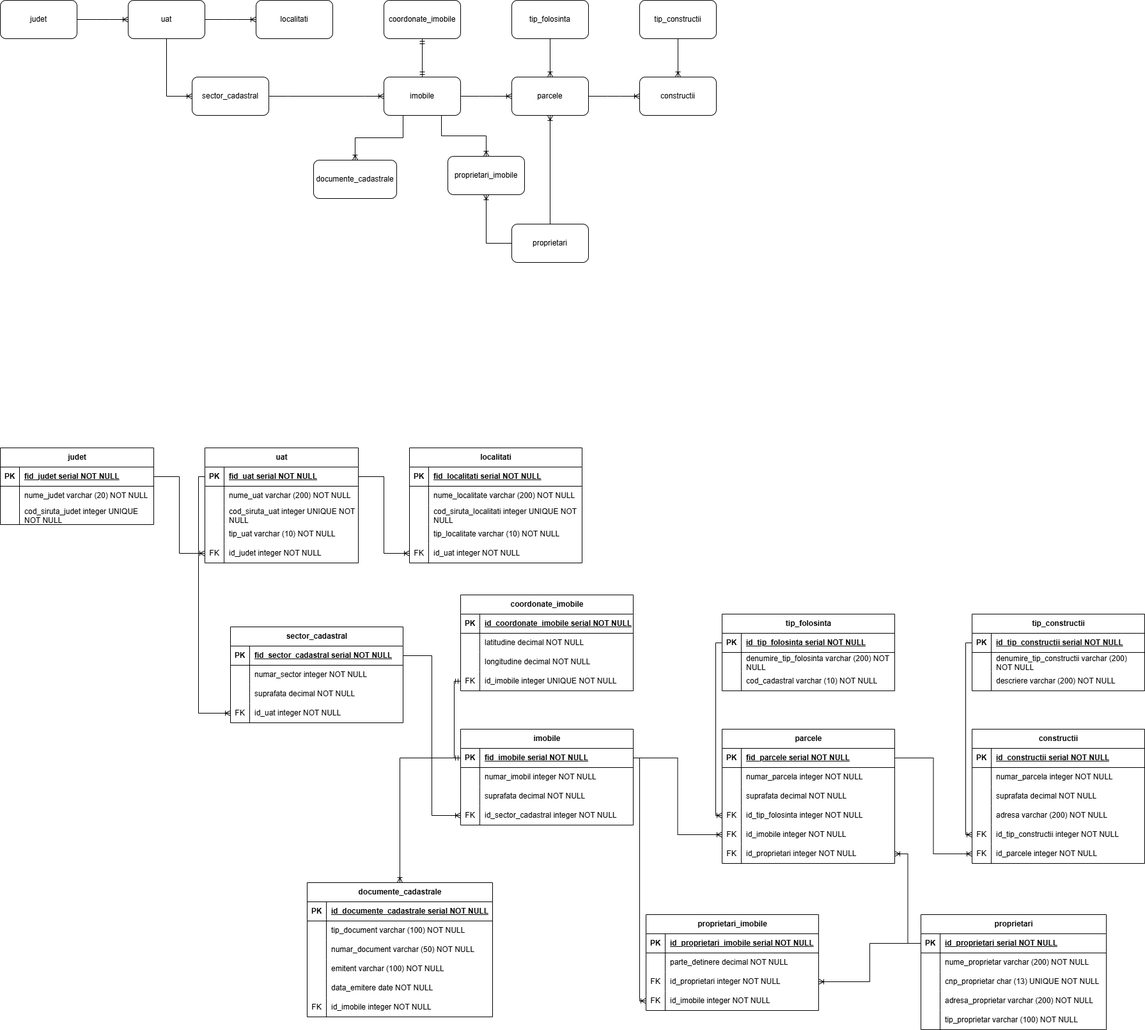
This is Diagramă examen.png from AdelaLukacs/examen_sem_I_lukacs_adela, a draw.io export, as it was before one commit. Source tidied: cells renumbered, new cells last; positions are measured from the earlier drawing's top-left corner, leaving out a move shared by most shapes.
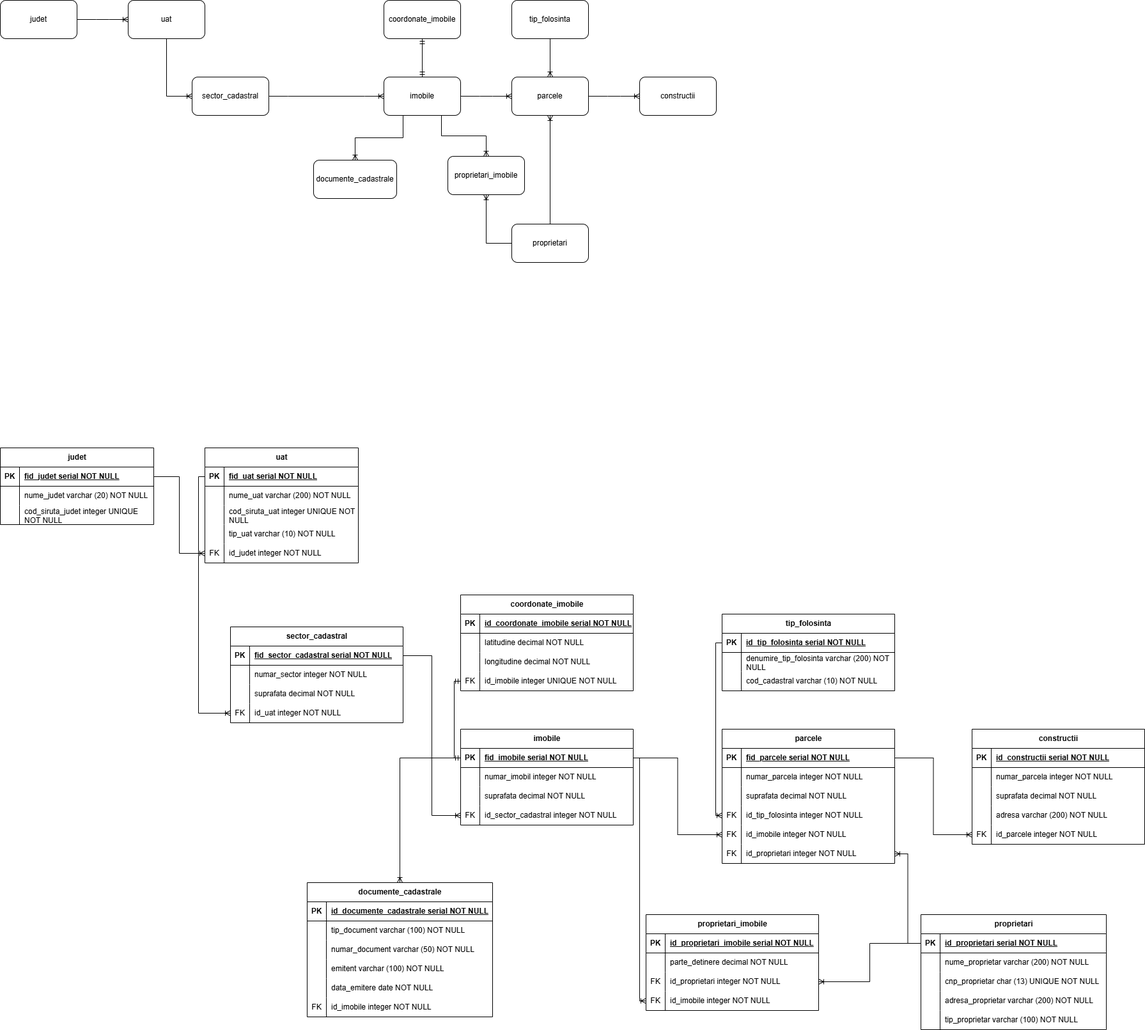
Later version of the same file.

What changed in the source:
```diff
@@ -8,9 +8,6 @@
     <mxCell id="3" value="uat" style="rounded=1;whiteSpace=wrap;html=1;" parent="1" vertex="1">
       <mxGeometry x="200" width="120" height="60" as="geometry" />
     </mxCell>
-    <mxCell id="4" value="localitati" style="rounded=1;whiteSpace=wrap;html=1;" parent="1" vertex="1">
-      <mxGeometry x="400" width="120" height="60" as="geometry" />
-    </mxCell>
     <mxCell id="5" value="sector_cadastral" style="rounded=1;whiteSpace=wrap;html=1;" parent="1" vertex="1">
       <mxGeometry x="300" y="120" width="120" height="60" as="geometry" />
     </mxCell>
@@ -32,18 +29,12 @@
     <mxCell id="11" value="tip_folosinta" style="rounded=1;whiteSpace=wrap;html=1;" parent="1" vertex="1">
       <mxGeometry x="800" width="120" height="60" as="geometry" />
     </mxCell>
-    <mxCell id="12" value="tip_constructii" style="rounded=1;whiteSpace=wrap;html=1;" parent="1" vertex="1">
-      <mxGeometry x="1000" width="120" height="60" as="geometry" />
-    </mxCell>
     <mxCell id="13" value="proprietari_imobile" style="rounded=1;whiteSpace=wrap;html=1;" parent="1" vertex="1">
       <mxGeometry x="700" y="244" width="120" height="60" as="geometry" />
     </mxCell>
     <mxCell id="14" style="edgeStyle=entityRelationEdgeStyle;fontSize=12;html=1;endArrow=ERoneToMany;rounded=0;exitX=1;exitY=0.5;exitDx=0;exitDy=0;entryX=0;entryY=0.5;entryDx=0;entryDy=0;" parent="1" edge="1" source="2" target="3">
       <mxGeometry relative="1" as="geometry" />
     </mxCell>
-    <mxCell id="15" style="edgeStyle=entityRelationEdgeStyle;fontSize=12;html=1;endArrow=ERoneToMany;rounded=0;exitX=1;exitY=0.5;exitDx=0;exitDy=0;entryX=0;entryY=0.5;entryDx=0;entryDy=0;" parent="1" edge="1" source="3" target="4">
-      <mxGeometry relative="1" as="geometry" />
-    </mxCell>
     <mxCell id="16" style="fontSize=12;html=1;endArrow=ERoneToMany;rounded=0;entryX=0;entryY=0.5;entryDx=0;entryDy=0;exitX=0.5;exitY=1;exitDx=0;exitDy=0;edgeStyle=orthogonalEdgeStyle;" parent="1" edge="1" source="3" target="5">
       <mxGeometry relative="1" as="geometry" />
     </mxCell>
@@ -65,9 +56,6 @@
     <mxCell id="22" style="fontSize=12;html=1;endArrow=ERoneToMany;rounded=0;exitX=0.5;exitY=1;exitDx=0;exitDy=0;entryX=0.5;entryY=0;entryDx=0;entryDy=0;" parent="1" edge="1" source="11" target="7">
       <mxGeometry relative="1" as="geometry" />
     </mxCell>
-    <mxCell id="23" style="fontSize=12;html=1;endArrow=ERoneToMany;rounded=0;exitX=0.5;exitY=1;exitDx=0;exitDy=0;entryX=0.5;entryY=0;entryDx=0;entryDy=0;" parent="1" edge="1" source="12" target="8">
-      <mxGeometry relative="1" as="geometry" />
-    </mxCell>
     <mxCell id="24" style="fontSize=12;html=1;endArrow=ERoneToMany;rounded=0;exitX=0;exitY=0.5;exitDx=0;exitDy=0;entryX=0.5;entryY=1;entryDx=0;entryDy=0;edgeStyle=orthogonalEdgeStyle;" parent="1" edge="1" source="9" target="13">
       <mxGeometry relative="1" as="geometry" />
     </mxCell>
@@ -158,57 +146,6 @@
     <mxCell id="53" style="edgeStyle=orthogonalEdgeStyle;fontSize=12;html=1;endArrow=ERoneToMany;rounded=0;exitX=1;exitY=0.5;exitDx=0;exitDy=0;entryX=0;entryY=0.5;entryDx=0;entryDy=0;" parent="1" edge="1" source="28" target="50">
       <mxGeometry relative="1" as="geometry" />
     </mxCell>
-    <mxCell id="54" value="localitati" style="shape=table;startSize=30;rowLines=0;fontStyle=1;align=center;html=1;" parent="1" vertex="1">
-      <mxGeometry x="640" y="700" width="270" height="180" as="geometry" />
-    </mxCell>
-    <mxCell id="55" style="shape=tableRow;horizontal=0;startSize=0;swimlaneHead=0;swimlaneBody=0;fillColor=none;top=0;left=0;right=0;bottom=1;" parent="54" vertex="1">
-      <mxGeometry y="30" width="270" height="30" as="geometry" />
-    </mxCell>
-    <mxCell id="56" value="PK" style="shape=partialRectangle;fillColor=none;top=0;left=0;bottom=0;right=0;fontStyle=1;overflow=hidden;whiteSpace=wrap;html=1;" parent="55" vertex="1">
-      <mxGeometry width="30" height="30" as="geometry" />
-    </mxCell>
-    <mxCell id="57" value="fid_localitati serial NOT NULL" style="shape=partialRectangle;fillColor=none;top=0;left=0;bottom=0;right=0;align=left;spacingLeft=6;fontStyle=5;overflow=hidden;whiteSpace=wrap;html=1;" parent="55" vertex="1">
-      <mxGeometry x="30" width="240" height="30" as="geometry" />
-    </mxCell>
-    <mxCell id="58" style="shape=tableRow;horizontal=0;startSize=0;swimlaneHead=0;swimlaneBody=0;fillColor=none;top=0;left=0;right=0;bottom=0;" parent="54" vertex="1">
-      <mxGeometry y="60" width="270" height="30" as="geometry" />
-    </mxCell>
-    <mxCell id="59" style="shape=partialRectangle;fillColor=none;top=0;left=0;bottom=0;right=0;overflow=hidden;whiteSpace=wrap;html=1;" parent="58" vertex="1">
-      <mxGeometry width="30" height="30" as="geometry" />
-    </mxCell>
-    <mxCell id="60" value="nume_localitate varchar (200) NOT NULL" style="shape=partialRectangle;fillColor=none;top=0;left=0;bottom=0;right=0;align=left;spacingLeft=6;overflow=hidden;whiteSpace=wrap;html=1;" parent="58" vertex="1">
-      <mxGeometry x="30" width="240" height="30" as="geometry" />
-    </mxCell>
-    <mxCell id="61" style="shape=tableRow;horizontal=0;startSize=0;swimlaneHead=0;swimlaneBody=0;fillColor=none;top=0;left=0;right=0;bottom=0;" parent="54" vertex="1">
-      <mxGeometry y="90" width="270" height="30" as="geometry" />
-    </mxCell>
-    <mxCell id="62" style="shape=partialRectangle;fillColor=none;top=0;left=0;bottom=0;right=0;overflow=hidden;whiteSpace=wrap;html=1;" parent="61" vertex="1">
-      <mxGeometry width="30" height="30" as="geometry" />
-    </mxCell>
-    <mxCell id="63" value="cod_siruta_localitati integer UNIQUE NOT NULL" style="shape=partialRectangle;fillColor=none;top=0;left=0;bottom=0;right=0;align=left;spacingLeft=6;overflow=hidden;whiteSpace=wrap;html=1;" parent="61" vertex="1">
-      <mxGeometry x="30" width="240" height="30" as="geometry" />
-    </mxCell>
-    <mxCell id="64" style="shape=tableRow;horizontal=0;startSize=0;swimlaneHead=0;swimlaneBody=0;fillColor=none;top=0;left=0;right=0;bottom=0;" parent="54" vertex="1">
-      <mxGeometry y="120" width="270" height="30" as="geometry" />
-    </mxCell>
-    <mxCell id="65" style="shape=partialRectangle;fillColor=none;top=0;left=0;bottom=0;right=0;overflow=hidden;whiteSpace=wrap;html=1;" parent="64" vertex="1">
-      <mxGeometry width="30" height="30" as="geometry" />
-    </mxCell>
-    <mxCell id="66" value="tip_localitate varchar (10) NOT NULL" style="shape=partialRectangle;fillColor=none;top=0;left=0;bottom=0;right=0;align=left;spacingLeft=6;overflow=hidden;whiteSpace=wrap;html=1;" parent="64" vertex="1">
-      <mxGeometry x="30" width="240" height="30" as="geometry" />
-    </mxCell>
-    <mxCell id="67" style="shape=tableRow;horizontal=0;startSize=0;swimlaneHead=0;swimlaneBody=0;fillColor=none;points=[[0,0.5],[1,0.5]];portConstraint=eastwest;top=0;left=0;right=0;bottom=0;" parent="54" vertex="1">
-      <mxGeometry y="150" width="270" height="30" as="geometry" />
-    </mxCell>
-    <mxCell id="68" value="FK" style="shape=partialRectangle;fillColor=none;top=0;left=0;bottom=0;right=0;overflow=hidden;whiteSpace=wrap;html=1;" parent="67" vertex="1">
-      <mxGeometry width="30" height="30" as="geometry" />
-    </mxCell>
-    <mxCell id="69" value="id_uat integer NOT NULL&amp;nbsp;" style="shape=partialRectangle;fillColor=none;top=0;left=0;bottom=0;right=0;align=left;spacingLeft=6;overflow=hidden;whiteSpace=wrap;html=1;" parent="67" vertex="1">
-      <mxGeometry x="30" width="240" height="30" as="geometry" />
-    </mxCell>
-    <mxCell id="70" style="edgeStyle=orthogonalEdgeStyle;fontSize=12;html=1;endArrow=ERoneToMany;rounded=0;exitX=1;exitY=0.5;exitDx=0;exitDy=0;entryX=0;entryY=0.5;entryDx=0;entryDy=0;" parent="1" edge="1" source="38" target="67">
-      <mxGeometry relative="1" as="geometry" />
-    </mxCell>
     <mxCell id="71" value="sector_cadastral" style="shape=table;startSize=30;rowLines=0;fontStyle=1;align=center;html=1;" parent="1" vertex="1">
       <mxGeometry x="360" y="980" width="270" height="150" as="geometry" />
     </mxCell>
@@ -432,7 +369,7 @@
       <mxGeometry relative="1" as="geometry" />
     </mxCell>
     <mxCell id="145" value="constructii" style="shape=table;startSize=30;rowLines=0;fontStyle=1;align=center;html=1;" parent="1" vertex="1">
-      <mxGeometry x="1520" y="1140" width="270" height="210" as="geometry" />
+      <mxGeometry x="1520" y="1140" width="270" height="180" as="geometry" />
     </mxCell>
     <mxCell id="146" style="shape=tableRow;horizontal=0;startSize=0;swimlaneHead=0;swimlaneBody=0;fillColor=none;top=0;left=0;right=0;bottom=1;" parent="145" vertex="1">
       <mxGeometry y="30" width="270" height="30" as="geometry" />
@@ -470,17 +407,8 @@
     <mxCell id="157" value="adresa varchar (200) NOT NULL" style="shape=partialRectangle;fillColor=none;top=0;left=0;bottom=0;right=0;align=left;spacingLeft=6;overflow=hidden;whiteSpace=wrap;html=1;" parent="155" vertex="1">
       <mxGeometry x="30" width="240" height="30" as="geometry" />
     </mxCell>
-    <mxCell id="158" style="shape=tableRow;horizontal=0;startSize=0;swimlaneHead=0;swimlaneBody=0;fillColor=none;points=[[0,0.5],[1,0.5]];portConstraint=eastwest;top=0;left=0;right=0;bottom=0;" parent="145" vertex="1">
-      <mxGeometry y="150" width="270" height="30" as="geometry" />
-    </mxCell>
-    <mxCell id="159" value="FK" style="shape=partialRectangle;fillColor=none;top=0;left=0;bottom=0;right=0;overflow=hidden;whiteSpace=wrap;html=1;" parent="158" vertex="1">
-      <mxGeometry width="30" height="30" as="geometry" />
-    </mxCell>
-    <mxCell id="160" value="id_tip_constructii integer NOT NULL&amp;nbsp;" style="shape=partialRectangle;fillColor=none;top=0;left=0;bottom=0;right=0;align=left;spacingLeft=6;overflow=hidden;whiteSpace=wrap;html=1;" parent="158" vertex="1">
-      <mxGeometry x="30" width="240" height="30" as="geometry" />
-    </mxCell>
     <mxCell id="161" style="shape=tableRow;horizontal=0;startSize=0;swimlaneHead=0;swimlaneBody=0;fillColor=none;points=[[0,0.5],[1,0.5]];portConstraint=eastwest;top=0;left=0;right=0;bottom=0;" parent="145" vertex="1">
-      <mxGeometry y="180" width="270" height="30" as="geometry" />
+      <mxGeometry y="150" width="270" height="30" as="geometry" />
     </mxCell>
     <mxCell id="162" value="FK" style="shape=partialRectangle;fillColor=none;top=0;left=0;bottom=0;right=0;overflow=hidden;whiteSpace=wrap;html=1;" parent="161" vertex="1">
       <mxGeometry width="30" height="30" as="geometry" />
@@ -491,39 +419,6 @@
     <mxCell id="164" style="edgeStyle=orthogonalEdgeStyle;fontSize=12;html=1;endArrow=ERoneToMany;rounded=0;entryX=0;entryY=0.5;entryDx=0;entryDy=0;exitX=1;exitY=0.5;exitDx=0;exitDy=0;" parent="1" edge="1" source="101" target="161">
       <mxGeometry relative="1" as="geometry" />
     </mxCell>
-    <mxCell id="165" value="tip_constructii" style="shape=table;startSize=30;rowLines=0;fontStyle=1;align=center;html=1;" parent="1" vertex="1">
-      <mxGeometry x="1520" y="960" width="270" height="120" as="geometry" />
-    </mxCell>
-    <mxCell id="166" style="shape=tableRow;horizontal=0;startSize=0;swimlaneHead=0;swimlaneBody=0;fillColor=none;points=[[0,0.5],[1,0.5]];portConstraint=eastwest;top=0;left=0;right=0;bottom=1;" parent="165" vertex="1">
-      <mxGeometry y="30" width="270" height="30" as="geometry" />
-    </mxCell>
-    <mxCell id="167" value="PK" style="shape=partialRectangle;fillColor=none;top=0;left=0;bottom=0;right=0;fontStyle=1;overflow=hidden;whiteSpace=wrap;html=1;" parent="166" vertex="1">
-      <mxGeometry width="30" height="30" as="geometry" />
-    </mxCell>
-    <mxCell id="168" value="id_tip_constructii serial NOT NULL" style="shape=partialRectangle;fillColor=none;top=0;left=0;bottom=0;right=0;align=left;spacingLeft=6;fontStyle=5;overflow=hidden;whiteSpace=wrap;html=1;" parent="166" vertex="1">
-      <mxGeometry x="30" width="240" height="30" as="geometry" />
-    </mxCell>
-    <mxCell id="169" style="shape=tableRow;horizontal=0;startSize=0;swimlaneHead=0;swimlaneBody=0;fillColor=none;top=0;left=0;right=0;bottom=0;" parent="165" vertex="1">
-      <mxGeometry y="60" width="270" height="30" as="geometry" />
-    </mxCell>
-    <mxCell id="170" style="shape=partialRectangle;fillColor=none;top=0;left=0;bottom=0;right=0;overflow=hidden;whiteSpace=wrap;html=1;" parent="169" vertex="1">
-      <mxGeometry width="30" height="30" as="geometry" />
-    </mxCell>
-    <mxCell id="171" value="&lt;span style=&quot;background-color: transparent; color: light-dark(rgb(0, 0, 0), rgb(255, 255, 255));&quot;&gt;denumire_tip_constructii varchar (200) NOT NULL&lt;/span&gt;" style="shape=partialRectangle;fillColor=none;top=0;left=0;bottom=0;right=0;align=left;spacingLeft=6;overflow=hidden;whiteSpace=wrap;html=1;" parent="169" vertex="1">
-      <mxGeometry x="30" width="240" height="30" as="geometry" />
-    </mxCell>
-    <mxCell id="172" style="shape=tableRow;horizontal=0;startSize=0;swimlaneHead=0;swimlaneBody=0;fillColor=none;top=0;left=0;right=0;bottom=0;" parent="165" vertex="1">
-      <mxGeometry y="90" width="270" height="30" as="geometry" />
-    </mxCell>
-    <mxCell id="173" style="shape=partialRectangle;fillColor=none;top=0;left=0;bottom=0;right=0;overflow=hidden;whiteSpace=wrap;html=1;" parent="172" vertex="1">
-      <mxGeometry width="30" height="30" as="geometry" />
-    </mxCell>
-    <mxCell id="174" value="descriere varchar (200) NOT NULL" style="shape=partialRectangle;fillColor=none;top=0;left=0;bottom=0;right=0;align=left;spacingLeft=6;overflow=hidden;whiteSpace=wrap;html=1;" parent="172" vertex="1">
-      <mxGeometry x="30" width="240" height="30" as="geometry" />
-    </mxCell>
-    <mxCell id="175" style="edgeStyle=orthogonalEdgeStyle;fontSize=12;html=1;endArrow=ERoneToMany;rounded=0;entryX=0;entryY=0.5;entryDx=0;entryDy=0;exitX=0;exitY=0.5;exitDx=0;exitDy=0;" parent="1" edge="1" source="166" target="158">
-      <mxGeometry relative="1" as="geometry" />
-    </mxCell>
     <mxCell id="176" value="documente_cadastrale" style="shape=table;startSize=30;rowLines=0;fontStyle=1;align=center;html=1;" parent="1" vertex="1">
       <mxGeometry x="480" y="1380" width="290" height="210" as="geometry" />
     </mxCell>
```
